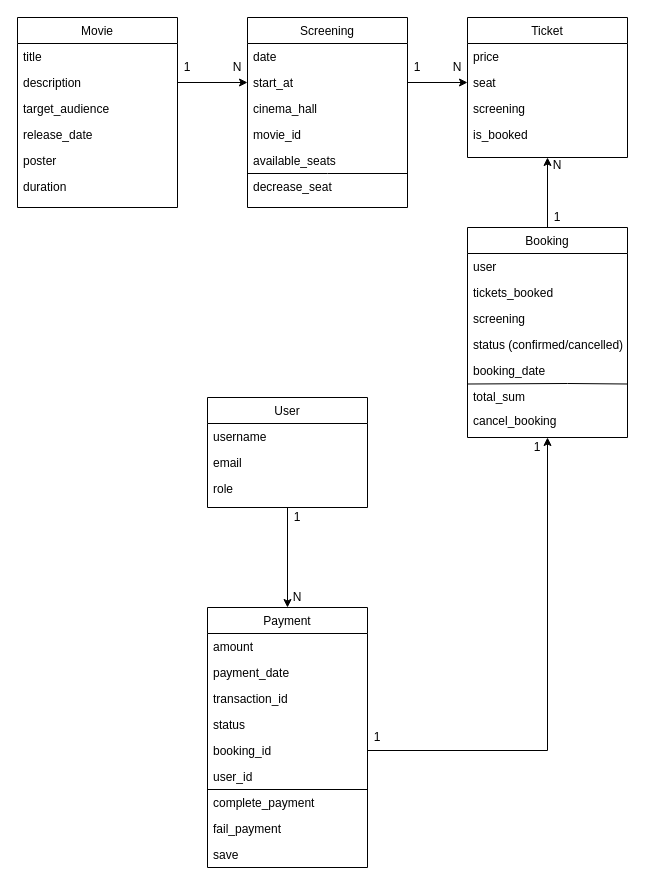
chirikkikik/cinema keeps this draw.io diagram as Class Diagram.drawio. Above is the earlier version. Source tidied: cells renumbered, new cells numbered last; positions are measured from the earlier drawing's top-left corner, leaving out a move shared by most shapes. Both pictures are drawn from the tidied source at 100%, with x=0, y=0 at pixel (17, 17).
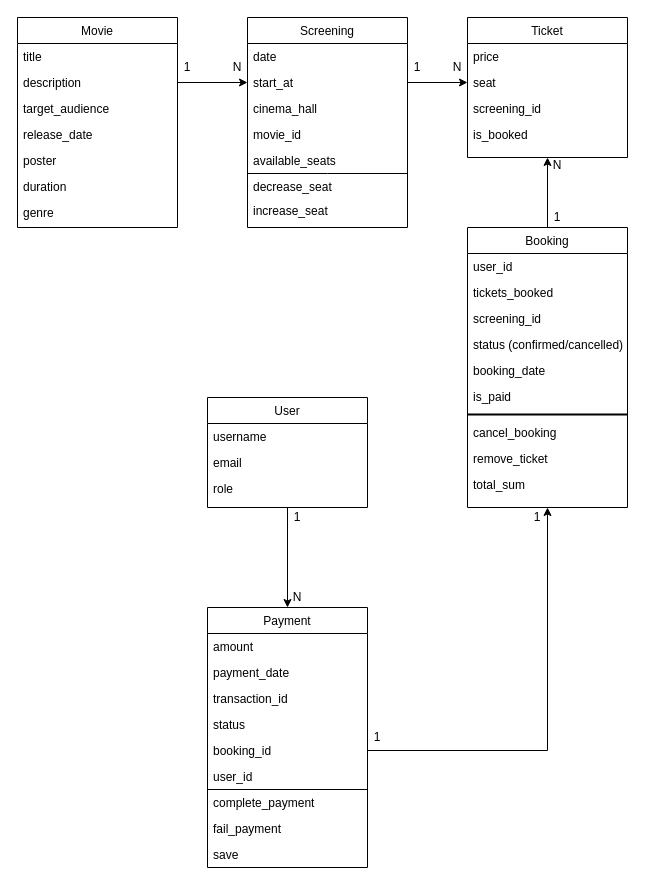
Above is the later version.

Commit message:
redo diagram

Unchanged cells that the change refers to:
```xml
<mxCell id="15" value="Ticket" style="swimlane;fontStyle=0;align=center;verticalAlign=top;horizontal=1;startSize=26;rounded=0;shadow=0;strokeWidth=1;" parent="1" vertex="1">
  <mxGeometry x="450" width="160" height="140" as="geometry" />
</mxCell>
```

Diff of the diagram source:
```diff
@@
     <mxCell id="7" value="Screening" style="swimlane;fontStyle=0;align=center;verticalAlign=top;horizontal=1;startSize=26;rounded=0;shadow=0;strokeWidth=1;" parent="1" vertex="1">
-      <mxGeometry x="230" width="160" height="190" as="geometry" />
+      <mxGeometry x="230" width="160" height="210" as="geometry" />
     </mxCell>
@@
+    <mxCell id="61" value="increase_seat" style="text;align=left;verticalAlign=top;spacingLeft=4;spacingRight=4;overflow=hidden;" parent="7" vertex="1">
+      <mxGeometry y="180" width="160" height="24" as="geometry" />
+    </mxCell>
@@
-    <mxCell id="18" value="screening " style="text;align=left;verticalAlign=top;spacingLeft=4;spacingRight=4;overflow=hidden;" parent="15" vertex="1">
+    <mxCell id="18" value="screening_id" style="text;align=left;verticalAlign=top;spacingLeft=4;spacingRight=4;overflow=hidden;" parent="15" vertex="1">
       <mxGeometry y="78" width="160" height="26" as="geometry" />
     </mxCell>
@@
     <mxCell id="20" value="Movie" style="swimlane;fontStyle=0;align=center;verticalAlign=top;horizontal=1;startSize=26;rounded=0;shadow=0;strokeWidth=1;" parent="1" vertex="1">
-      <mxGeometry width="160" height="190" as="geometry" />
+      <mxGeometry width="160" height="210" as="geometry" />
     </mxCell>
@@
+    <mxCell id="62" value="genre" style="text;align=left;verticalAlign=top;spacingLeft=4;spacingRight=4;overflow=hidden;rounded=0;shadow=0;html=0;" parent="20" vertex="1">
+      <mxGeometry y="182" width="160" height="26" as="geometry" />
+    </mxCell>
@@
     <mxCell id="47" value="Booking" style="swimlane;fontStyle=0;align=center;verticalAlign=top;horizontal=1;startSize=26;rounded=0;shadow=0;strokeWidth=1;" parent="1" vertex="1">
-      <mxGeometry x="450" y="210" width="160" height="210" as="geometry" />
+      <mxGeometry x="450" y="210" width="160" height="280" as="geometry" />
     </mxCell>
-    <mxCell id="48" value="user" style="text;align=left;verticalAlign=top;spacingLeft=4;spacingRight=4;overflow=hidden;" parent="47" vertex="1">
+    <mxCell id="48" value="user_id" style="text;align=left;verticalAlign=top;spacingLeft=4;spacingRight=4;overflow=hidden;" parent="47" vertex="1">
       <mxGeometry y="26" width="160" height="26" as="geometry" />
     </mxCell>
@@
-    <mxCell id="50" value="screening " style="text;align=left;verticalAlign=top;spacingLeft=4;spacingRight=4;overflow=hidden;" parent="47" vertex="1">
+    <mxCell id="50" value="screening_id " style="text;align=left;verticalAlign=top;spacingLeft=4;spacingRight=4;overflow=hidden;" parent="47" vertex="1">
       <mxGeometry y="78" width="160" height="26" as="geometry" />
     </mxCell>
@@
-    <mxCell id="53" style="endArrow=none;html=1;rounded=0;exitX=0;exitY=0.75;exitDx=0;exitDy=0;entryX=1;entryY=0.75;entryDx=0;entryDy=0;" parent="47" edge="1">
-      <mxGeometry relative="1" as="geometry">
-        <mxPoint y="156.5" as="sourcePoint" />
-        <mxPoint x="160" y="156.5" as="targetPoint" />
-        <Array as="points">
-          <mxPoint x="100" y="156" />
-        </Array>
-      </mxGeometry>
-    </mxCell>
+    <mxCell id="63" value="is_paid" style="text;align=left;verticalAlign=top;spacingLeft=4;spacingRight=4;overflow=hidden;" parent="47" vertex="1">
+      <mxGeometry y="156" width="160" height="26" as="geometry" />
+    </mxCell>
+    <mxCell id="64" style="line;strokeWidth=2;html=1;" parent="47" vertex="1">
+      <mxGeometry y="182" width="160" height="10" as="geometry" />
+    </mxCell>
+    <mxCell id="55" value="cancel_booking" style="text;align=left;verticalAlign=top;spacingLeft=4;spacingRight=4;overflow=hidden;" parent="47" vertex="1">
+      <mxGeometry y="192" width="160" height="26" as="geometry" />
+    </mxCell>
+    <mxCell id="65" value="remove_ticket" style="text;align=left;verticalAlign=top;spacingLeft=4;spacingRight=4;overflow=hidden;" parent="47" vertex="1">
+      <mxGeometry y="218" width="160" height="26" as="geometry" />
+    </mxCell>
     <mxCell id="54" value="total_sum" style="text;align=left;verticalAlign=top;spacingLeft=4;spacingRight=4;overflow=hidden;" parent="47" vertex="1">
-      <mxGeometry y="156" width="160" height="24" as="geometry" />
+      <mxGeometry y="244" width="160" height="24" as="geometry" />
     </mxCell>
-    <mxCell id="55" value="cancel_booking" style="text;align=left;verticalAlign=top;spacingLeft=4;spacingRight=4;overflow=hidden;" parent="47" vertex="1">
-      <mxGeometry y="180" width="160" height="26" as="geometry" />
-    </mxCell>
@@
     <mxCell id="60" value="1" style="text;html=1;align=center;verticalAlign=middle;whiteSpace=wrap;rounded=0;" parent="1" vertex="1">
-      <mxGeometry x="510" y="420" width="20" height="20" as="geometry" />
+      <mxGeometry x="510" y="490" width="20" height="20" as="geometry" />
     </mxCell>
```
